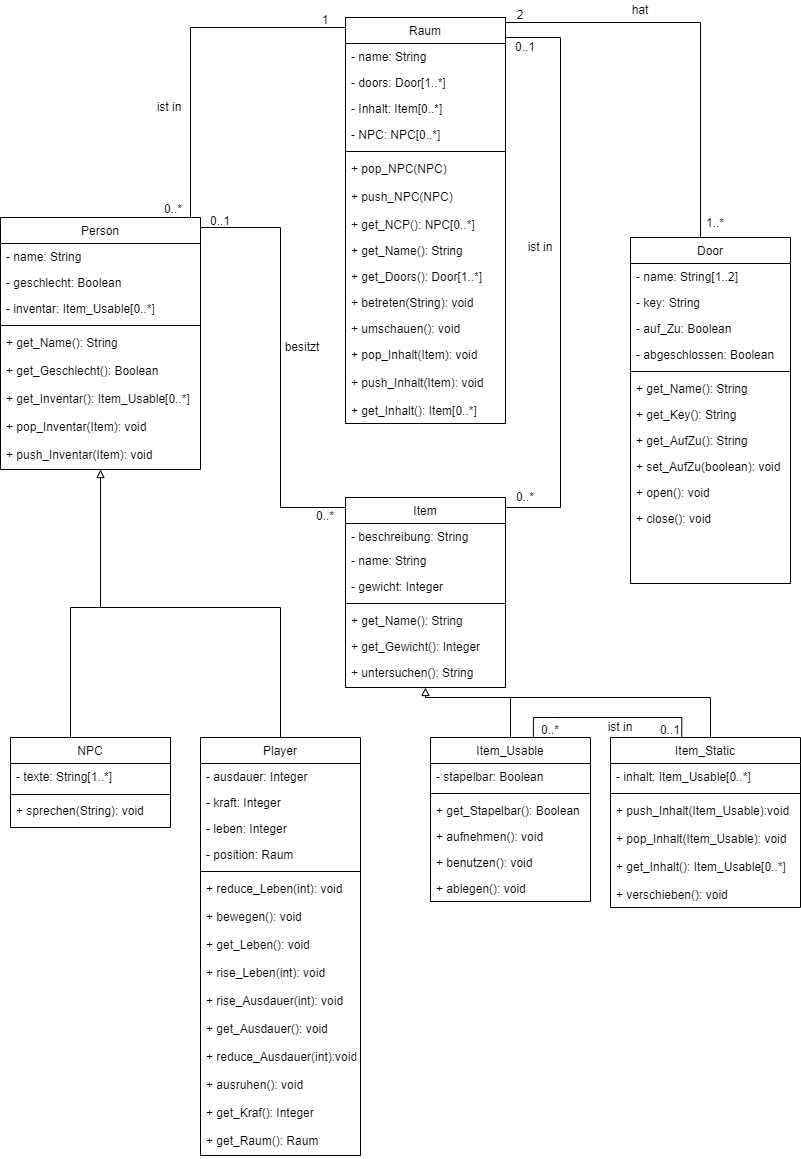
Earlier version of the draw.io export Klassendiagram.png (Elegond/AE-Text-Adventure). Source tidied: cells renumbered, new cells last; positions are measured from the earlier drawing's top-left corner, leaving out a move shared by most shapes.
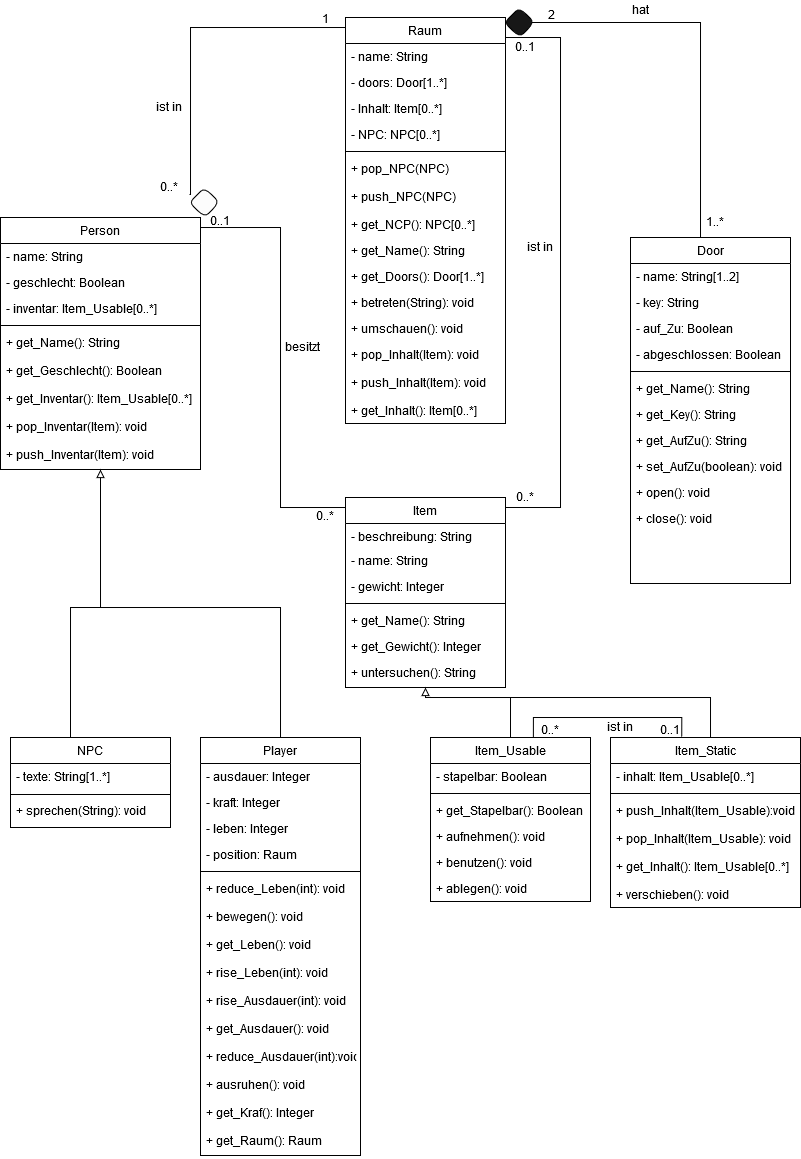
Later version of the same file.

What changed in the source:
```diff
@@ -2,9 +2,10 @@
   <root>
     <mxCell id="0" />
     <mxCell id="1" parent="0" />
-    <mxCell id="2" style="edgeStyle=orthogonalEdgeStyle;rounded=0;jettySize=auto;html=1;exitX=1;exitY=0;exitDx=0;exitDy=0;entryX=0;entryY=0;entryDx=0;entryDy=0;endArrow=none;endFill=0;" parent="1" edge="1" source="3" target="13">
+    <mxCell id="2" style="edgeStyle=orthogonalEdgeStyle;rounded=0;jettySize=auto;html=1;exitX=1;exitY=1;exitDx=0;exitDy=0;entryX=0;entryY=0;entryDx=0;entryDy=0;endArrow=none;endFill=0;" parent="1" edge="1" source="74" target="13">
       <mxGeometry relative="1" as="geometry">
         <Array as="points">
+          <mxPoint x="190" y="194" />
           <mxPoint x="190" y="27" />
           <mxPoint x="345" y="27" />
         </Array>
@@ -189,11 +190,10 @@
     <mxCell id="54" value="+ ablegen(): void" style="text;align=left;verticalAlign=top;spacingLeft=4;spacingRight=4;overflow=hidden;" parent="48" vertex="1">
       <mxGeometry y="138" width="160" height="26" as="geometry" />
     </mxCell>
-    <mxCell id="55" style="edgeStyle=orthogonalEdgeStyle;rounded=0;jettySize=auto;html=1;entryX=1;entryY=0;entryDx=0;entryDy=0;endArrow=none;endFill=0;" parent="1" edge="1" source="56" target="13">
+    <mxCell id="55" style="edgeStyle=orthogonalEdgeStyle;rounded=0;jettySize=auto;html=1;endArrow=none;endFill=0;entryX=0;entryY=1;entryDx=0;entryDy=0;" parent="1" edge="1" source="56" target="69">
       <mxGeometry relative="1" as="geometry">
         <Array as="points">
           <mxPoint x="700" y="22" />
-          <mxPoint x="505" y="22" />
         </Array>
       </mxGeometry>
     </mxCell>
@@ -237,7 +237,7 @@
       <mxGeometry x="505" y="37" width="40" height="17" as="geometry" />
     </mxCell>
     <mxCell id="69" value="2" style="text;html=1;strokeColor=none;fillColor=none;align=center;verticalAlign=middle;whiteSpace=wrap;rounded=0;" parent="1" vertex="1">
-      <mxGeometry x="500" y="5" width="40" height="17" as="geometry" />
+      <mxGeometry x="531" y="5" width="40" height="17" as="geometry" />
     </mxCell>
     <mxCell id="70" value="1..*" style="text;html=1;strokeColor=none;fillColor=none;align=center;verticalAlign=middle;whiteSpace=wrap;rounded=0;" parent="1" vertex="1">
       <mxGeometry x="695" y="213" width="40" height="17" as="geometry" />
@@ -252,7 +252,7 @@
       <mxGeometry x="305" y="10" width="40" height="17" as="geometry" />
     </mxCell>
     <mxCell id="74" value="0..*" style="text;html=1;strokeColor=none;fillColor=none;align=center;verticalAlign=middle;whiteSpace=wrap;rounded=0;" parent="1" vertex="1">
-      <mxGeometry x="153" y="199" width="40" height="17" as="geometry" />
+      <mxGeometry x="149" y="177" width="40" height="17" as="geometry" />
     </mxCell>
     <mxCell id="75" value="ist in" style="text;html=1;strokeColor=none;fillColor=none;align=center;verticalAlign=middle;whiteSpace=wrap;rounded=0;" parent="1" vertex="1">
       <mxGeometry x="520" y="237" width="40" height="17" as="geometry" />
@@ -362,5 +362,11 @@
     <mxCell id="105" value="0..1" style="text;html=1;strokeColor=none;fillColor=none;align=center;verticalAlign=middle;whiteSpace=wrap;rounded=0;" parent="1" vertex="1">
       <mxGeometry x="650" y="720" width="40" height="17" as="geometry" />
     </mxCell>
+    <mxCell id="106" style="rhombus;whiteSpace=wrap;html=1;rounded=1;fillColor=#171717;" parent="1" vertex="1">
+      <mxGeometry x="504" y="7" width="30" height="30" as="geometry" />
+    </mxCell>
+    <mxCell id="107" style="rhombus;whiteSpace=wrap;html=1;rounded=1;fillColor=#FCFCFC;" parent="1" vertex="1">
+      <mxGeometry x="189" y="187" width="30" height="30" as="geometry" />
+    </mxCell>
   </root>
 </mxGraphModel>
```
